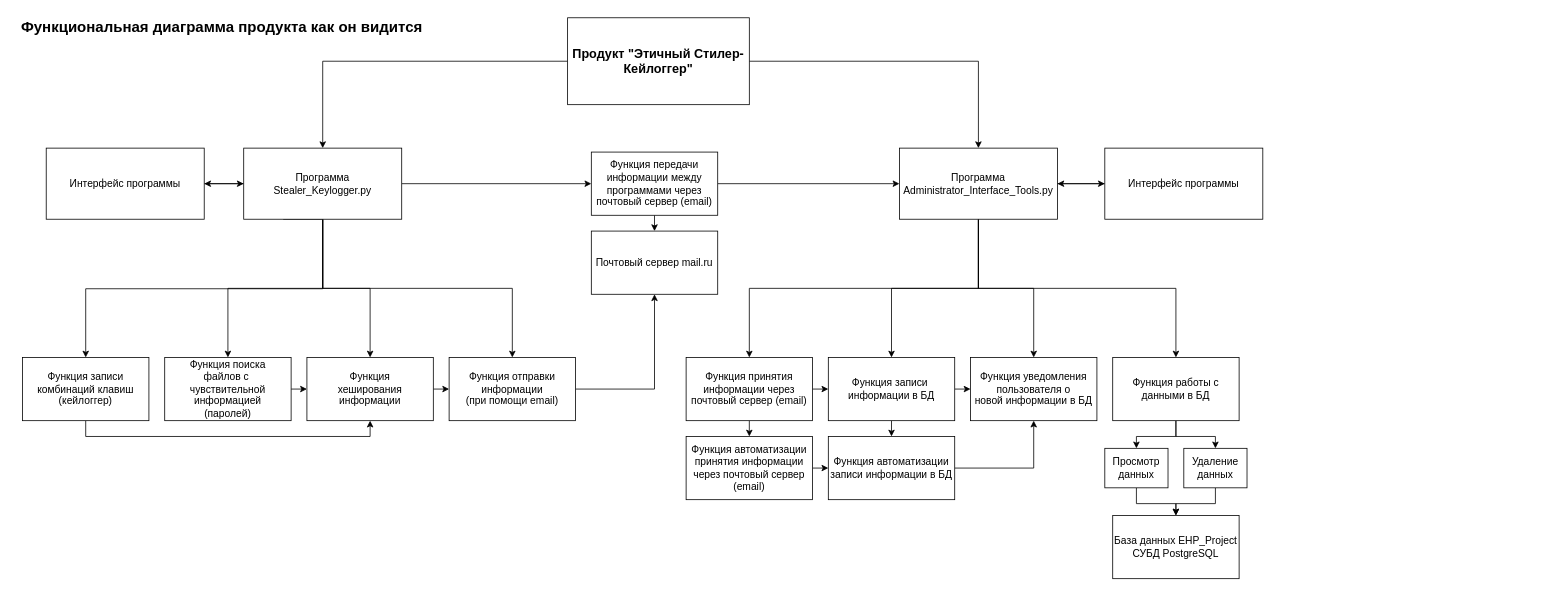
Above: Руководитель/Функциональная диаграмма продукта как он видится.drawio in ShadowLance2/Course_Work-Ethical-Keylogger-Stealer (draw.io), before the change. Source tidied: cells renumbered, new cells numbered last; positions are measured from the earlier drawing's top-left corner, leaving out a move shared by most shapes. Both pictures are drawn from the tidied source at 79%, with x=0, y=0 at pixel (13, 13).
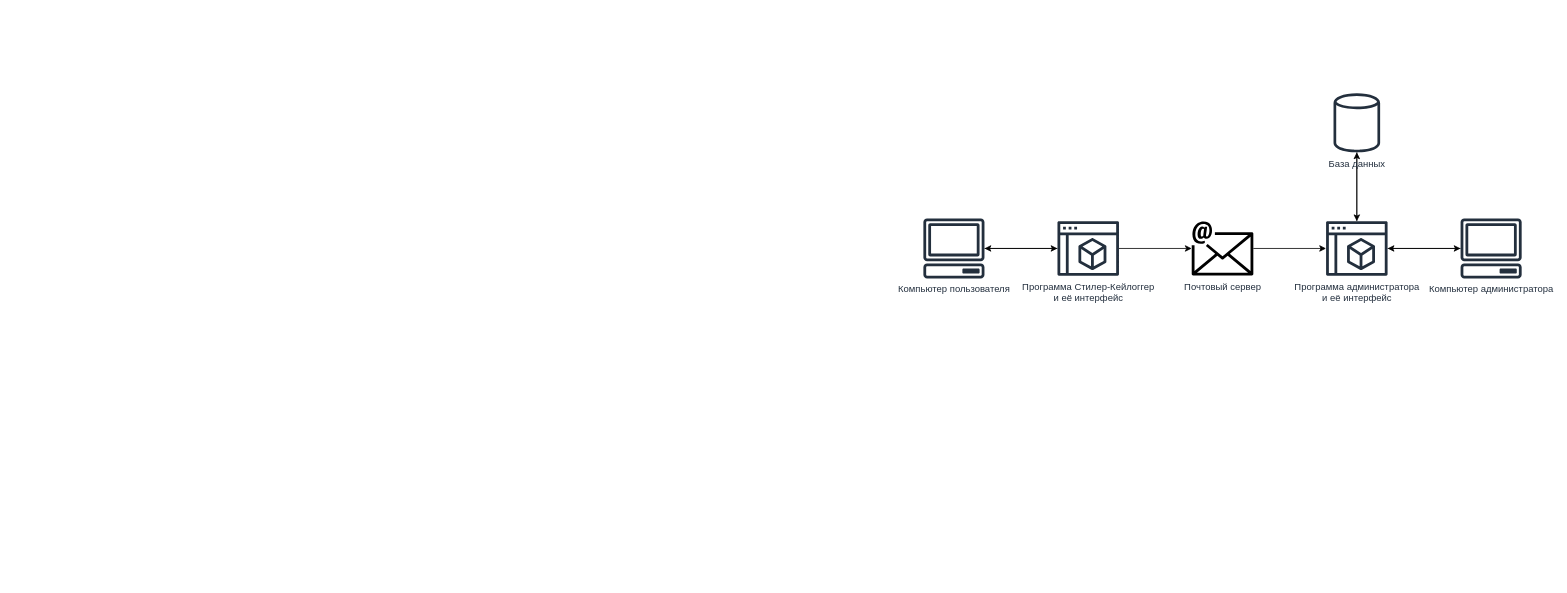
The same page after the edit.

What changed in the source:
```diff
@@
-    <mxCell id="0" />
-    <mxCell id="1" parent="0" />
-    <mxCell id="2" style="edgeStyle=orthogonalEdgeStyle;rounded=0;jettySize=auto;html=1;exitX=0;exitY=0.5;exitDx=0;exitDy=0;entryX=0.5;entryY=0;entryDx=0;entryDy=0;fontSize=13;" parent="1" edge="1" source="4" target="17">
-      <mxGeometry relative="1" as="geometry" />
-    </mxCell>
-    <mxCell id="3" style="edgeStyle=orthogonalEdgeStyle;rounded=0;jettySize=auto;html=1;exitX=1;exitY=0.5;exitDx=0;exitDy=0;entryX=0.5;entryY=0;entryDx=0;entryDy=0;fontSize=13;" parent="1" edge="1" source="4" target="10">
-      <mxGeometry relative="1" as="geometry" />
-    </mxCell>
-    <mxCell id="4" value="&lt;span style=&quot;font-weight: 700; font-size: 16px;&quot;&gt;Продукт &quot;Этичный Стилер-Кейлоггер&quot;&lt;/span&gt;" style="rounded=0;whiteSpace=wrap;html=1;fontSize=16;" parent="1" vertex="1">
-      <mxGeometry x="701" y="5" width="230" height="110" as="geometry" />
-    </mxCell>
-    <mxCell id="5" style="edgeStyle=orthogonalEdgeStyle;rounded=0;jettySize=auto;html=1;exitX=0.5;exitY=1;exitDx=0;exitDy=0;entryX=0.5;entryY=0;entryDx=0;entryDy=0;fontSize=13;" parent="1" edge="1" source="10" target="28">
-      <mxGeometry relative="1" as="geometry" />
-    </mxCell>
-    <mxCell id="6" style="edgeStyle=orthogonalEdgeStyle;rounded=0;jettySize=auto;html=1;exitX=1;exitY=0.5;exitDx=0;exitDy=0;entryX=0;entryY=0.5;entryDx=0;entryDy=0;fontSize=13;" parent="1" edge="1" source="10" target="39">
-      <mxGeometry relative="1" as="geometry" />
-    </mxCell>
-    <mxCell id="7" style="edgeStyle=orthogonalEdgeStyle;rounded=0;jettySize=auto;html=1;exitX=0.5;exitY=1;exitDx=0;exitDy=0;entryX=0.5;entryY=0;entryDx=0;entryDy=0;fontSize=13;" parent="1" edge="1" source="10" target="31">
-      <mxGeometry relative="1" as="geometry" />
-    </mxCell>
-    <mxCell id="8" style="edgeStyle=orthogonalEdgeStyle;rounded=0;jettySize=auto;html=1;exitX=0.5;exitY=1;exitDx=0;exitDy=0;entryX=0.5;entryY=0;entryDx=0;entryDy=0;fontSize=13;" parent="1" edge="1" source="10" target="32">
-      <mxGeometry relative="1" as="geometry" />
-    </mxCell>
-    <mxCell id="9" style="edgeStyle=orthogonalEdgeStyle;rounded=0;jettySize=auto;html=1;exitX=0.5;exitY=1;exitDx=0;exitDy=0;entryX=0.5;entryY=0;entryDx=0;entryDy=0;fontSize=13;" parent="1" edge="1" source="10" target="35">
-      <mxGeometry relative="1" as="geometry" />
-    </mxCell>
-    <mxCell id="10" value="Программа&#10;Administrator_Interface_Tools.py" style="rounded=0;whiteSpace=wrap;fontSize=13;" parent="1" vertex="1">
-      <mxGeometry x="1121" y="170" width="200" height="90" as="geometry" />
-    </mxCell>
-    <mxCell id="11" style="edgeStyle=orthogonalEdgeStyle;rounded=0;jettySize=auto;html=1;exitX=0.25;exitY=1;exitDx=0;exitDy=0;entryX=0.5;entryY=0;entryDx=0;entryDy=0;fontSize=13;" parent="1" edge="1" source="17" target="25">
-      <mxGeometry relative="1" as="geometry">
-        <Array as="points">
-          <mxPoint x="391" y="260" />
-          <mxPoint x="391" y="348" />
-          <mxPoint x="91" y="348" />
-        </Array>
-      </mxGeometry>
-    </mxCell>
-    <mxCell id="12" style="edgeStyle=orthogonalEdgeStyle;rounded=0;jettySize=auto;html=1;exitX=0.5;exitY=1;exitDx=0;exitDy=0;entryX=0.5;entryY=0;entryDx=0;entryDy=0;fontSize=13;" parent="1" edge="1" source="17" target="19">
-      <mxGeometry relative="1" as="geometry" />
-    </mxCell>
-    <mxCell id="13" style="edgeStyle=orthogonalEdgeStyle;rounded=0;jettySize=auto;html=1;exitX=0.5;exitY=1;exitDx=0;exitDy=0;entryX=0.5;entryY=0;entryDx=0;entryDy=0;fontSize=13;" parent="1" edge="1" source="17" target="21">
-      <mxGeometry relative="1" as="geometry" />
-    </mxCell>
-    <mxCell id="14" style="edgeStyle=orthogonalEdgeStyle;rounded=0;jettySize=auto;html=1;exitX=0.5;exitY=1;exitDx=0;exitDy=0;entryX=0.5;entryY=0;entryDx=0;entryDy=0;fontSize=13;" parent="1" edge="1" source="17" target="23">
-      <mxGeometry relative="1" as="geometry" />
-    </mxCell>
-    <mxCell id="15" style="edgeStyle=orthogonalEdgeStyle;rounded=0;jettySize=auto;html=1;exitX=0;exitY=0.5;exitDx=0;exitDy=0;entryX=1;entryY=0.5;entryDx=0;entryDy=0;fontSize=13;" parent="1" edge="1" source="17" target="37">
-      <mxGeometry relative="1" as="geometry" />
-    </mxCell>
-    <mxCell id="16" style="edgeStyle=orthogonalEdgeStyle;rounded=0;jettySize=auto;html=1;exitX=1;exitY=0.5;exitDx=0;exitDy=0;entryX=0;entryY=0.5;entryDx=0;entryDy=0;fontSize=13;" parent="1" edge="1" source="17" target="46">
-      <mxGeometry relative="1" as="geometry" />
-    </mxCell>
-    <mxCell id="17" value="Программа&#10;Stealer_Keylogger.py" style="rounded=0;whiteSpace=wrap;fontSize=13;" parent="1" vertex="1">
-      <mxGeometry x="291" y="170" width="200" height="90" as="geometry" />
-    </mxCell>
-    <mxCell id="18" style="edgeStyle=orthogonalEdgeStyle;rounded=0;jettySize=auto;html=1;exitX=1;exitY=0.5;exitDx=0;exitDy=0;entryX=0;entryY=0.5;entryDx=0;entryDy=0;fontSize=13;" parent="1" edge="1" source="19" target="21">
-      <mxGeometry relative="1" as="geometry" />
-    </mxCell>
-    <mxCell id="19" value="Функция поиска&lt;br&gt;файлов с&amp;nbsp;&lt;br&gt;чувствительной&lt;br&gt;информацией&lt;br&gt;(паролей)" style="rounded=0;whiteSpace=wrap;html=1;fontSize=13;" parent="1" vertex="1">
-      <mxGeometry x="191" y="435" width="160" height="80" as="geometry" />
-    </mxCell>
-    <mxCell id="20" style="edgeStyle=orthogonalEdgeStyle;rounded=0;jettySize=auto;html=1;exitX=1;exitY=0.5;exitDx=0;exitDy=0;entryX=0;entryY=0.5;entryDx=0;entryDy=0;fontSize=13;" parent="1" edge="1" source="21" target="23">
-      <mxGeometry relative="1" as="geometry" />
-    </mxCell>
-    <mxCell id="21" value="Функция&lt;br&gt;хеширования информации" style="rounded=0;whiteSpace=wrap;html=1;fontSize=13;" parent="1" vertex="1">
-      <mxGeometry x="371" y="435" width="160" height="80" as="geometry" />
-    </mxCell>
-    <mxCell id="22" style="edgeStyle=orthogonalEdgeStyle;rounded=0;jettySize=auto;html=1;exitX=1;exitY=0.5;exitDx=0;exitDy=0;entryX=0.5;entryY=1;entryDx=0;entryDy=0;fontSize=13;" parent="1" edge="1" source="23" target="47">
-      <mxGeometry relative="1" as="geometry" />
-    </mxCell>
-    <mxCell id="23" value="Функция отправки&lt;br&gt;информации&lt;br&gt;(при помощи email)" style="rounded=0;whiteSpace=wrap;html=1;fontSize=13;" parent="1" vertex="1">
-      <mxGeometry x="551" y="435" width="160" height="80" as="geometry" />
-    </mxCell>
-    <mxCell id="24" style="edgeStyle=orthogonalEdgeStyle;rounded=0;jettySize=auto;html=1;exitX=0.5;exitY=1;exitDx=0;exitDy=0;entryX=0.5;entryY=1;entryDx=0;entryDy=0;fontSize=13;" parent="1" edge="1" source="25" target="21">
-      <mxGeometry relative="1" as="geometry" />
-    </mxCell>
-    <mxCell id="25" value="Функция записи&lt;br&gt;комбинаций клавиш&lt;br&gt;(кейлоггер)" style="rounded=0;whiteSpace=wrap;html=1;fontSize=13;" parent="1" vertex="1">
-      <mxGeometry x="11" y="435" width="160" height="80" as="geometry" />
-    </mxCell>
-    <mxCell id="26" style="edgeStyle=orthogonalEdgeStyle;rounded=0;jettySize=auto;html=1;exitX=1;exitY=0.5;exitDx=0;exitDy=0;entryX=0;entryY=0.5;entryDx=0;entryDy=0;fontSize=13;" parent="1" edge="1" source="28" target="31">
-      <mxGeometry relative="1" as="geometry" />
-    </mxCell>
-    <mxCell id="27" style="edgeStyle=orthogonalEdgeStyle;rounded=0;jettySize=auto;html=1;exitX=0.5;exitY=1;exitDx=0;exitDy=0;entryX=0.5;entryY=0;entryDx=0;entryDy=0;fontSize=13;" parent="1" edge="1" source="28" target="41">
-      <mxGeometry relative="1" as="geometry" />
-    </mxCell>
-    <mxCell id="28" value="Функция принятия&lt;br&gt;информации через&lt;br&gt;почтовый сервер (email)" style="rounded=0;whiteSpace=wrap;html=1;fontSize=13;" parent="1" vertex="1">
-      <mxGeometry x="851" y="435" width="160" height="80" as="geometry" />
-    </mxCell>
-    <mxCell id="29" style="edgeStyle=orthogonalEdgeStyle;rounded=0;jettySize=auto;html=1;exitX=1;exitY=0.5;exitDx=0;exitDy=0;entryX=0;entryY=0.5;entryDx=0;entryDy=0;fontSize=13;" parent="1" edge="1" source="31" target="32">
-      <mxGeometry relative="1" as="geometry" />
-    </mxCell>
-    <mxCell id="30" style="edgeStyle=orthogonalEdgeStyle;rounded=0;jettySize=auto;html=1;exitX=0.5;exitY=1;exitDx=0;exitDy=0;entryX=0.5;entryY=0;entryDx=0;entryDy=0;fontSize=13;" parent="1" edge="1" source="31" target="43">
-      <mxGeometry relative="1" as="geometry" />
-    </mxCell>
-    <mxCell id="31" value="Функция записи&amp;nbsp;&lt;br&gt;информации в БД" style="rounded=0;whiteSpace=wrap;html=1;fontSize=13;" parent="1" vertex="1">
-      <mxGeometry x="1031" y="435" width="160" height="80" as="geometry" />
-    </mxCell>
-    <mxCell id="32" value="Функция уведомления&lt;br&gt;пользователя о&lt;br&gt;новой информации в БД" style="rounded=0;whiteSpace=wrap;html=1;fontSize=13;" parent="1" vertex="1">
-      <mxGeometry x="1211" y="435" width="160" height="80" as="geometry" />
-    </mxCell>
-    <mxCell id="33" style="edgeStyle=orthogonalEdgeStyle;rounded=0;jettySize=auto;html=1;exitX=0.5;exitY=1;exitDx=0;exitDy=0;entryX=0.5;entryY=0;entryDx=0;entryDy=0;fontSize=13;" parent="1" edge="1" source="35" target="50">
-      <mxGeometry relative="1" as="geometry" />
-    </mxCell>
-    <mxCell id="34" style="edgeStyle=orthogonalEdgeStyle;rounded=0;jettySize=auto;html=1;exitX=0.5;exitY=1;exitDx=0;exitDy=0;entryX=0.5;entryY=0;entryDx=0;entryDy=0;fontSize=13;" parent="1" edge="1" source="35" target="52">
-      <mxGeometry relative="1" as="geometry" />
-    </mxCell>
-    <mxCell id="35" value="Функция работы с данными в БД" style="rounded=0;whiteSpace=wrap;html=1;fontSize=13;" parent="1" vertex="1">
-      <mxGeometry x="1391" y="435" width="160" height="80" as="geometry" />
-    </mxCell>
-    <mxCell id="36" style="edgeStyle=orthogonalEdgeStyle;rounded=0;jettySize=auto;html=1;exitX=1;exitY=0.5;exitDx=0;exitDy=0;entryX=0;entryY=0.5;entryDx=0;entryDy=0;fontSize=13;" parent="1" edge="1" source="37" target="17">
-      <mxGeometry relative="1" as="geometry" />
-    </mxCell>
-    <mxCell id="37" value="Интерфейс программы" style="rounded=0;whiteSpace=wrap;fontSize=13;" parent="1" vertex="1">
-      <mxGeometry x="41" y="170" width="200" height="90" as="geometry" />
-    </mxCell>
-    <mxCell id="38" style="edgeStyle=orthogonalEdgeStyle;rounded=0;jettySize=auto;html=1;exitX=0;exitY=0.5;exitDx=0;exitDy=0;entryX=1;entryY=0.5;entryDx=0;entryDy=0;fontSize=13;" parent="1" edge="1" source="39" target="10">
-      <mxGeometry relative="1" as="geometry" />
-    </mxCell>
-    <mxCell id="39" value="Интерфейс программы" style="rounded=0;whiteSpace=wrap;fontSize=13;" parent="1" vertex="1">
-      <mxGeometry x="1381" y="170" width="200" height="90" as="geometry" />
-    </mxCell>
-    <mxCell id="40" style="edgeStyle=orthogonalEdgeStyle;rounded=0;jettySize=auto;html=1;exitX=1;exitY=0.5;exitDx=0;exitDy=0;entryX=0;entryY=0.5;entryDx=0;entryDy=0;fontSize=13;" parent="1" edge="1" source="41" target="43">
-      <mxGeometry relative="1" as="geometry" />
-    </mxCell>
-    <mxCell id="41" value="Функция автоматизации принятия информации через почтовый сервер (email)" style="rounded=0;whiteSpace=wrap;html=1;fontSize=13;" parent="1" vertex="1">
-      <mxGeometry x="851" y="535" width="160" height="80" as="geometry" />
-    </mxCell>
-    <mxCell id="42" style="edgeStyle=orthogonalEdgeStyle;rounded=0;jettySize=auto;html=1;exitX=1;exitY=0.5;exitDx=0;exitDy=0;entryX=0.5;entryY=1;entryDx=0;entryDy=0;fontSize=13;" parent="1" edge="1" source="43" target="32">
-      <mxGeometry relative="1" as="geometry" />
-    </mxCell>
-    <mxCell id="43" value="Функция автоматизации записи информации в БД" style="rounded=0;whiteSpace=wrap;html=1;fontSize=13;" parent="1" vertex="1">
-      <mxGeometry x="1031" y="535" width="160" height="80" as="geometry" />
-    </mxCell>
-    <mxCell id="44" style="edgeStyle=orthogonalEdgeStyle;rounded=0;jettySize=auto;html=1;exitX=1;exitY=0.5;exitDx=0;exitDy=0;entryX=0;entryY=0.5;entryDx=0;entryDy=0;fontSize=13;" parent="1" edge="1" source="46" target="10">
-      <mxGeometry relative="1" as="geometry" />
-    </mxCell>
-    <mxCell id="45" style="edgeStyle=orthogonalEdgeStyle;rounded=0;jettySize=auto;html=1;exitX=0.5;exitY=1;exitDx=0;exitDy=0;entryX=0.5;entryY=0;entryDx=0;entryDy=0;fontSize=13;" parent="1" edge="1" source="46" target="47">
-      <mxGeometry relative="1" as="geometry" />
-    </mxCell>
-    <mxCell id="46" value="Функция передачи информации между программами через почтовый сервер (email)" style="rounded=0;whiteSpace=wrap;html=1;fontSize=13;" parent="1" vertex="1">
-      <mxGeometry x="731" y="175" width="160" height="80" as="geometry" />
-    </mxCell>
-    <mxCell id="47" value="Почтовый сервер mail.ru" style="rounded=0;whiteSpace=wrap;html=1;fontSize=13;" parent="1" vertex="1">
-      <mxGeometry x="731" y="275" width="160" height="80" as="geometry" />
-    </mxCell>
-    <mxCell id="48" value="База данных EHP_Project&lt;br&gt;СУБД PostgreSQL" style="rounded=0;whiteSpace=wrap;html=1;fontSize=13;" parent="1" vertex="1">
-      <mxGeometry x="1391" y="635" width="160" height="80" as="geometry" />
-    </mxCell>
-    <mxCell id="49" style="edgeStyle=orthogonalEdgeStyle;rounded=0;jettySize=auto;html=1;exitX=0.5;exitY=1;exitDx=0;exitDy=0;entryX=0.5;entryY=0;entryDx=0;entryDy=0;fontSize=13;" parent="1" edge="1" source="50" target="48">
-      <mxGeometry relative="1" as="geometry" />
-    </mxCell>
-    <mxCell id="50" value="Просмотр данных" style="rounded=0;whiteSpace=wrap;html=1;fontSize=13;" parent="1" vertex="1">
-      <mxGeometry x="1381" y="550" width="80" height="50" as="geometry" />
-    </mxCell>
-    <mxCell id="51" style="edgeStyle=orthogonalEdgeStyle;rounded=0;jettySize=auto;html=1;exitX=0.5;exitY=1;exitDx=0;exitDy=0;entryX=0.5;entryY=0;entryDx=0;entryDy=0;fontSize=13;" parent="1" edge="1" source="52" target="48">
-      <mxGeometry relative="1" as="geometry" />
-    </mxCell>
-    <mxCell id="52" value="Удаление данных" style="rounded=0;whiteSpace=wrap;html=1;fontSize=13;" parent="1" vertex="1">
-      <mxGeometry x="1481" y="550" width="80" height="50" as="geometry" />
-    </mxCell>
-    <mxCell id="53" value="&lt;span style=&quot;font-size: 19px;&quot;&gt;&lt;b style=&quot;font-size: 19px;&quot;&gt;Функциональная диаграмма продукта как он видится&lt;/b&gt;&lt;/span&gt;" style="text;html=1;align=center;verticalAlign=middle;fontSize=19;" parent="1" vertex="1">
-      <mxGeometry width="526" height="35" as="geometry" />
-    </mxCell>
+    <mxCell id="54" />
+    <mxCell id="55" parent="54" />
+    <mxCell id="56" style="edgeStyle=orthogonalEdgeStyle;rounded=0;jettySize=auto;html=1;" parent="55" edge="1" source="57" target="60">
+      <mxGeometry relative="1" as="geometry" />
+    </mxCell>
+    <mxCell id="57" value="Компьютер пользователя&lt;br&gt;" style="sketch=0;outlineConnect=0;fontColor=#232F3E;gradientColor=none;fillColor=#232F3D;strokeColor=none;dashed=0;verticalLabelPosition=bottom;verticalAlign=top;align=center;html=1;fontSize=12;fontStyle=0;shape=mxgraph.aws4.client;" parent="55" vertex="1">
+      <mxGeometry x="1151" y="259" width="78" height="76" as="geometry" />
+    </mxCell>
+    <mxCell id="58" style="edgeStyle=orthogonalEdgeStyle;rounded=0;jettySize=auto;html=1;" parent="55" edge="1" source="60" target="57">
+      <mxGeometry relative="1" as="geometry" />
+    </mxCell>
+    <mxCell id="59" style="edgeStyle=orthogonalEdgeStyle;rounded=0;jettySize=auto;html=1;" parent="55" edge="1" source="60" target="62">
+      <mxGeometry relative="1" as="geometry" />
+    </mxCell>
+    <mxCell id="60" value="Программа Стилер-Кейлоггер&lt;br&gt;и её интерфейс" style="sketch=0;outlineConnect=0;fontColor=#232F3E;gradientColor=none;fillColor=#232F3D;strokeColor=none;dashed=0;verticalLabelPosition=bottom;verticalAlign=top;align=center;html=1;fontSize=12;fontStyle=0;shape=mxgraph.aws4.management_console2;" parent="55" vertex="1">
+      <mxGeometry x="1321" y="262.5" width="78" height="69" as="geometry" />
+    </mxCell>
+    <mxCell id="61" style="edgeStyle=orthogonalEdgeStyle;rounded=0;jettySize=auto;html=1;" parent="55" edge="1" source="62" target="65">
+      <mxGeometry relative="1" as="geometry" />
+    </mxCell>
+    <mxCell id="62" value="Почтовый сервер" style="sketch=0;outlineConnect=0;fontColor=#232F3E;gradientColor=none;fillColor=#000000;strokeColor=none;dashed=0;verticalLabelPosition=bottom;verticalAlign=top;align=center;html=1;fontSize=12;fontStyle=0;shape=mxgraph.aws4.email;" parent="55" vertex="1">
+      <mxGeometry x="1491" y="262.5" width="78" height="69" as="geometry" />
+    </mxCell>
+    <mxCell id="63" style="edgeStyle=orthogonalEdgeStyle;rounded=0;jettySize=auto;html=1;" parent="55" edge="1" source="65" target="67">
+      <mxGeometry relative="1" as="geometry" />
+    </mxCell>
+    <mxCell id="64" style="edgeStyle=orthogonalEdgeStyle;rounded=0;jettySize=auto;html=1;" parent="55" edge="1" source="65" target="69">
+      <mxGeometry relative="1" as="geometry" />
+    </mxCell>
+    <mxCell id="65" value="Программа администратора&lt;br&gt;и её интерфейс" style="sketch=0;outlineConnect=0;fontColor=#232F3E;gradientColor=none;fillColor=#232F3D;strokeColor=none;dashed=0;verticalLabelPosition=bottom;verticalAlign=top;align=center;html=1;fontSize=12;fontStyle=0;shape=mxgraph.aws4.management_console2;" parent="55" vertex="1">
+      <mxGeometry x="1661" y="262.5" width="78" height="69" as="geometry" />
+    </mxCell>
+    <mxCell id="66" style="edgeStyle=orthogonalEdgeStyle;rounded=0;jettySize=auto;html=1;" parent="55" edge="1" source="67" target="65">
+      <mxGeometry relative="1" as="geometry" />
+    </mxCell>
+    <mxCell id="67" value="Компьютер администратора" style="sketch=0;outlineConnect=0;fontColor=#232F3E;gradientColor=none;fillColor=#232F3D;strokeColor=none;dashed=0;verticalLabelPosition=bottom;verticalAlign=top;align=center;html=1;fontSize=12;fontStyle=0;shape=mxgraph.aws4.client;" parent="55" vertex="1">
+      <mxGeometry x="1831" y="259" width="78" height="76" as="geometry" />
+    </mxCell>
+    <mxCell id="68" style="edgeStyle=orthogonalEdgeStyle;rounded=0;jettySize=auto;html=1;" parent="55" edge="1" source="69" target="65">
+      <mxGeometry relative="1" as="geometry" />
+    </mxCell>
+    <mxCell id="69" value="База данных&lt;br&gt;" style="sketch=0;outlineConnect=0;fontColor=#232F3E;gradientColor=none;fillColor=#232F3D;strokeColor=none;dashed=0;verticalLabelPosition=bottom;verticalAlign=top;align=center;html=1;fontSize=12;fontStyle=0;shape=mxgraph.aws4.generic_database;" parent="55" vertex="1">
+      <mxGeometry x="1670.5" y="99" width="59" height="78" as="geometry" />
+    </mxCell>
```
